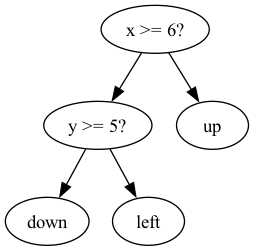
Before: pictures/tree.png, a diagram exported from Graphviz (linusheck/molehill). Its source is kept beside it as pictures/tree.dot.
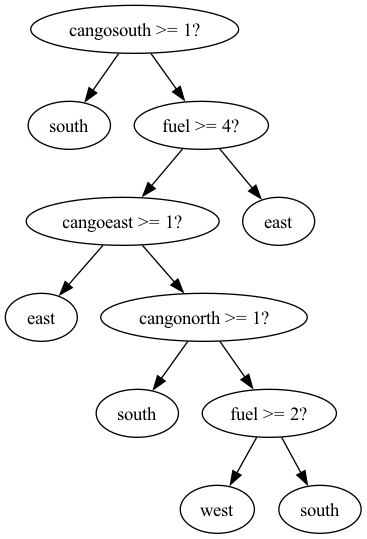
After the commit.

What changed in the source:
```diff
@@ -1,11 +1,23 @@
 digraph tree {
-    "0x0" [label="x >= 6?"];
-    "0x1" [label="y >= 5?"];
-    "0x2" [label="down"];
-    "0x3" [label="left"];
-    "0x4" [label="up"];
+    "0x0" [label="cangosouth >= 1?"];
+    "0x1" [label="south"];
+    "0x2" [label="fuel >= 4?"];
+    "0x3" [label="cangoeast >= 1?"];
+    "0x4" [label="east"];
+    "0x5" [label="cangonorth >= 1?"];
+    "0x6" [label="south"];
+    "0x7" [label="fuel >= 2?"];
+    "0x8" [label="west"];
+    "0x9" [label="south"];
+    "0xa" [label="east"];
     "0x0" -> "0x1";
-    "0x0" -> "0x4";
-    "0x1" -> "0x2";
-    "0x1" -> "0x3";
+    "0x0" -> "0x2";
+    "0x2" -> "0x3";
+    "0x2" -> "0xa";
+    "0x3" -> "0x4";
+    "0x3" -> "0x5";
+    "0x5" -> "0x6";
+    "0x5" -> "0x7";
+    "0x7" -> "0x8";
+    "0x7" -> "0x9";
 }
```
